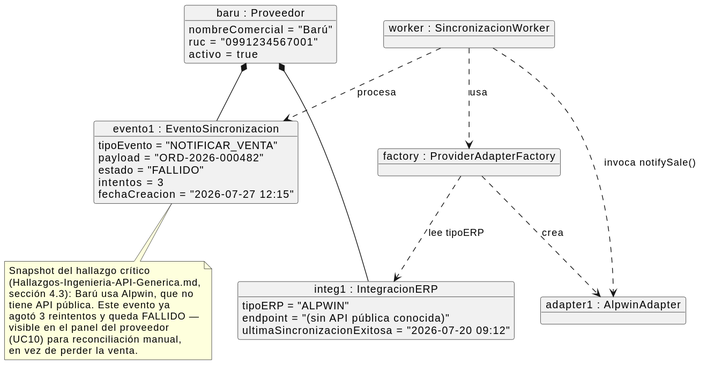
This is uml/objeto-integracion-erp.svg from Jesus-JB/aliflow, a PlantUML export, as it was before one commit.
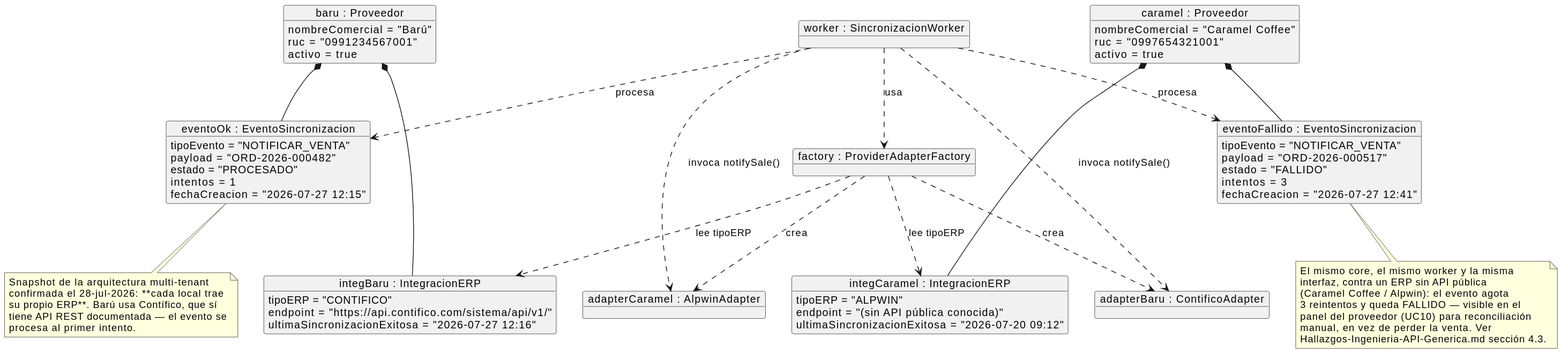
After the change.

What changed in the source:
```diff
@@ -7,7 +7,19 @@
   activo = true
 }
 
-object "integ1 : IntegracionERP" as integ1 {
+object "integBaru : IntegracionERP" as integBaru {
+  tipoERP = "CONTIFICO"
+  endpoint = "https://api.contifico.com/sistema/api/v1/"
+  ultimaSincronizacionExitosa = "2026-07-27 12:16"
+}
+
+object "caramel : Proveedor" as caramel {
+  nombreComercial = "Caramel Coffee"
+  ruc = "0997654321001"
+  activo = true
+}
+
+object "integCaramel : IntegracionERP" as integCaramel {
   tipoERP = "ALPWIN"
   endpoint = "(sin API pública conocida)"
   ultimaSincronizacionExitosa = "2026-07-20 09:12"
@@ -15,34 +27,58 @@
 
 object "factory : ProviderAdapterFactory" as factory
 
-object "adapter1 : AlpwinAdapter" as adapter1
+object "adapterBaru : ContificoAdapter" as adapterBaru
+
+object "adapterCaramel : AlpwinAdapter" as adapterCaramel
 
 object "worker : SincronizacionWorker" as worker
 
-object "evento1 : EventoSincronizacion" as evento1 {
+object "eventoOk : EventoSincronizacion" as eventoOk {
   tipoEvento = "NOTIFICAR_VENTA"
   payload = "ORD-2026-000482"
-  estado = "FALLIDO"
-  intentos = 3
+  estado = "PROCESADO"
+  intentos = 1
   fechaCreacion = "2026-07-27 12:15"
 }
 
-baru *-- integ1
-baru *-- evento1
-factory ..> integ1 : lee tipoERP
-factory ..> adapter1 : crea
+object "eventoFallido : EventoSincronizacion" as eventoFallido {
+  tipoEvento = "NOTIFICAR_VENTA"
+  payload = "ORD-2026-000517"
+  estado = "FALLIDO"
+  intentos = 3
+  fechaCreacion = "2026-07-27 12:41"
+}
+
+baru *-- integBaru
+baru *-- eventoOk
+caramel *-- integCaramel
+caramel *-- eventoFallido
+
+factory ..> integBaru : lee tipoERP
+factory ..> integCaramel : lee tipoERP
+factory ..> adapterBaru : crea
+factory ..> adapterCaramel : crea
 worker ..> factory : usa
-worker ..> evento1 : procesa
-worker ..> adapter1 : invoca notifySale()
+worker ..> eventoOk : procesa
+worker ..> eventoFallido : procesa
+worker ..> adapterBaru : invoca notifySale()
+worker ..> adapterCaramel : invoca notifySale()
 
-note bottom of evento1
-  Snapshot del hallazgo crítico
-  (Hallazgos-Ingenieria-API-Generica.md,
-  sección 4.3): Barú usa Alpwin, que no
-  tiene API pública. Este evento ya
-  agotó 3 reintentos y queda FALLIDO —
-  visible en el panel del proveedor
-  (UC10) para reconciliación manual,
-  en vez de perder la venta.
+note bottom of eventoOk
+  Snapshot de la arquitectura multi-tenant
+  confirmada el 28-jul-2026: **cada local trae
+  su propio ERP**. Barú usa Contífico, que sí
+  tiene API REST documentada — el evento se
+  procesa al primer intento.
+end note
+
+note bottom of eventoFallido
+  El mismo core, el mismo worker y la misma
+  interfaz, contra un ERP sin API pública
+  (Caramel Coffee / Alpwin): el evento agota
+  3 reintentos y queda FALLIDO — visible en el
+  panel del proveedor (UC10) para reconciliación
+  manual, en vez de perder la venta. Ver
+  Hallazgos-Ingenieria-API-Generica.md sección 4.3.
 end note
 @enduml
```
